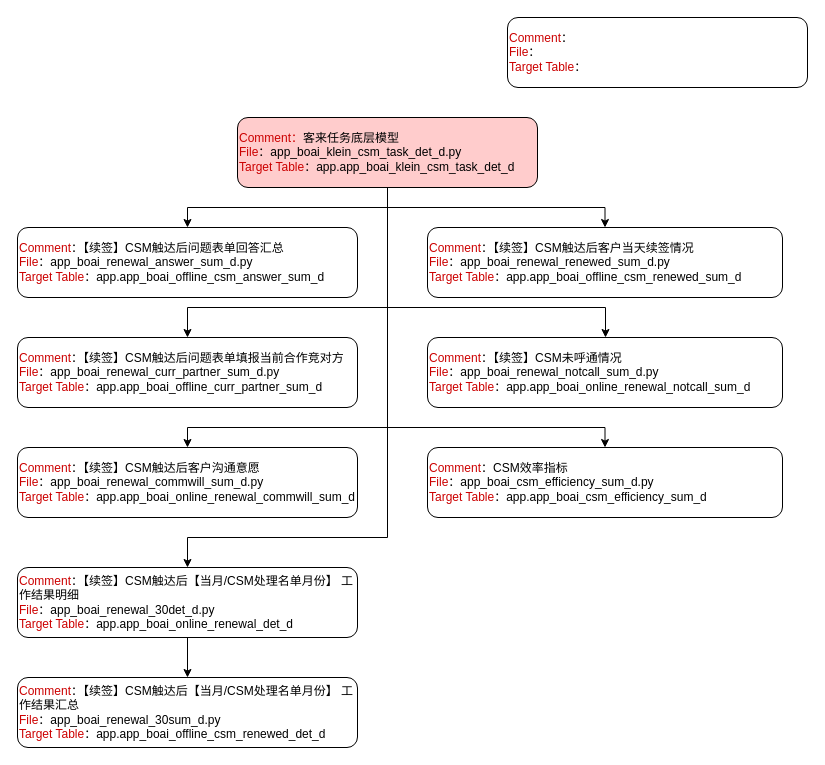
tristayan/ck keeps this draw.io diagram as 数据任务关系图.drawio. Above is the earlier version. Source tidied: cells renumbered, new cells numbered last; positions are measured from the earlier drawing's top-left corner, leaving out a move shared by most shapes. Both pictures are drawn from the tidied source at 100%, with x=0, y=0 at pixel (17, 17).
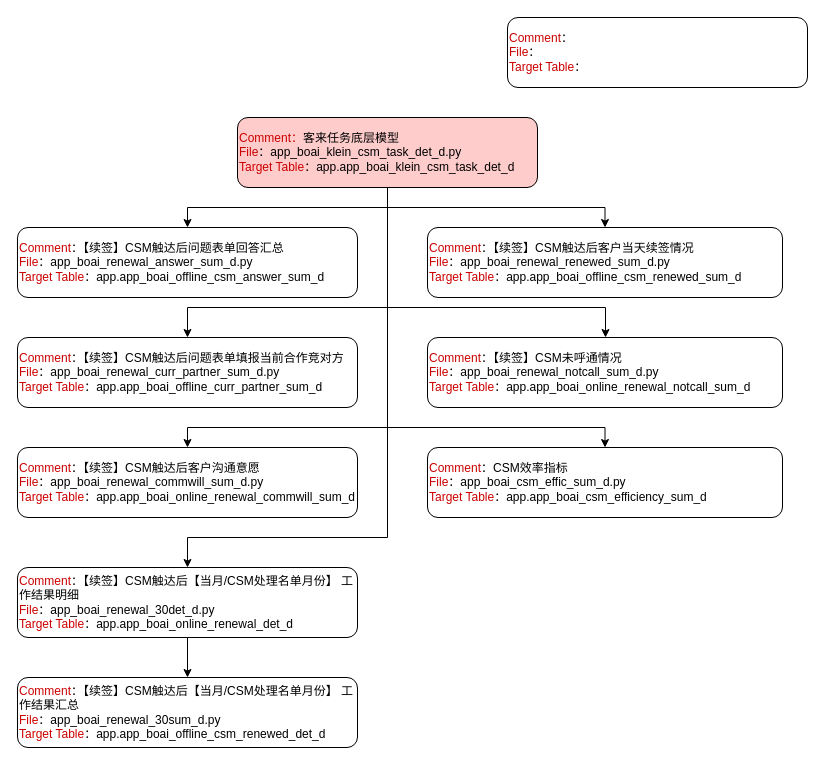
After the change.

Commit message:
更新数据任务关系图.drawio

Change to the diagram source:
```diff
@@
-    <mxCell id="18" value="&lt;font color=&quot;#cc0000&quot;&gt;Comment&lt;/font&gt;：CSM效率指标&lt;br&gt;&lt;font color=&quot;#cc0000&quot;&gt;File&lt;/font&gt;：app_boai_csm_efficiency_sum_d.py&lt;br&gt;&lt;font color=&quot;#cc0000&quot;&gt;Target Table&lt;/font&gt;：app.app_boai_csm_efficiency_sum_d" style="rounded=1;whiteSpace=wrap;html=1;align=left;" parent="1" vertex="1">
+    <mxCell id="18" value="&lt;font color=&quot;#cc0000&quot;&gt;Comment&lt;/font&gt;：CSM效率指标&lt;br&gt;&lt;font color=&quot;#cc0000&quot;&gt;File&lt;/font&gt;：app_boai_csm_effic_sum_d.py&lt;br&gt;&lt;font color=&quot;#cc0000&quot;&gt;Target Table&lt;/font&gt;：app.app_boai_csm_efficiency_sum_d" style="rounded=1;whiteSpace=wrap;html=1;align=left;" parent="1" vertex="1">
       <mxGeometry x="410" y="430" width="355" height="70" as="geometry" />
     </mxCell>
```
